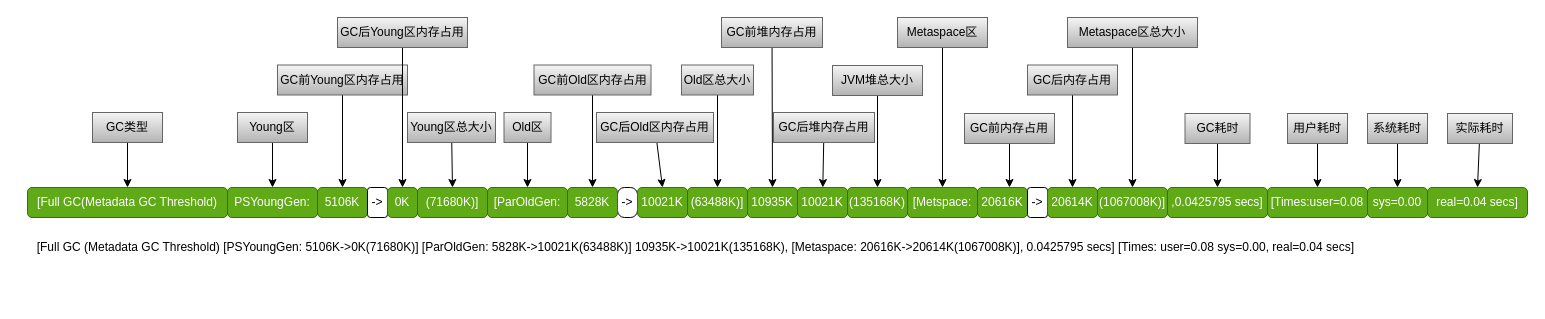
Above: FullGC.drawio in yrqing/draw.io (draw.io), before the change. Source tidied: cells renumbered, new cells numbered last; positions are measured from the earlier drawing's top-left corner, leaving out a move shared by most shapes. Both pictures are drawn from the tidied source at 100%, with x=0, y=0 at pixel (17, 17).
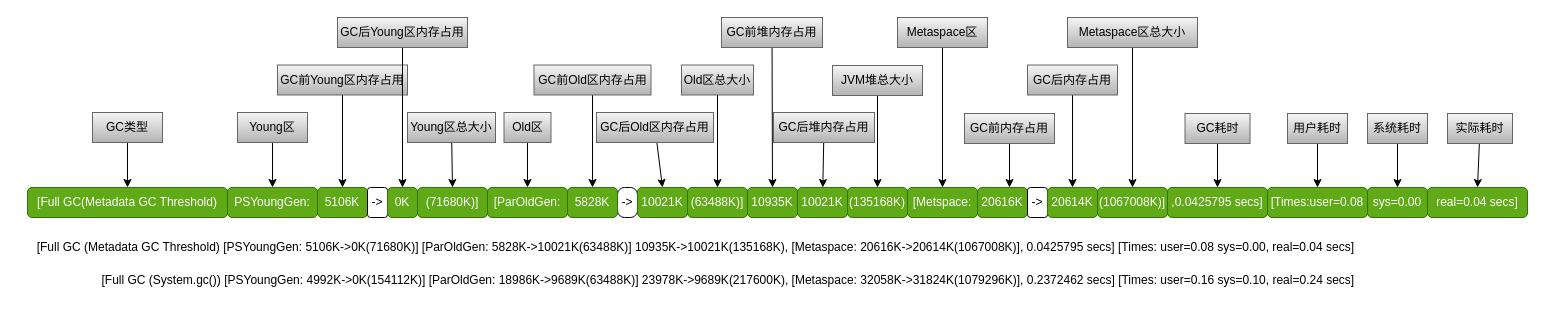
The same page after the edit.

The edit, as a diff of the source:
```diff
@@
+    <mxCell id="67" value="&lt;div&gt;[Full GC (System.gc()) [PSYoungGen: 4992K-&amp;gt;0K(154112K)] [ParOldGen: 18986K-&amp;gt;9689K(63488K)] 23978K-&amp;gt;9689K(217600K), [Metaspace: 32058K-&amp;gt;31824K(1079296K)], 0.2372462 secs] [Times: user=0.16 sys=0.10, real=0.24 secs]&amp;nbsp;&lt;/div&gt;&lt;div&gt;&lt;br&gt;&lt;/div&gt;" style="text;html=1;strokeColor=none;fillColor=none;align=center;verticalAlign=middle;whiteSpace=wrap;rounded=0;" parent="1" vertex="1">
+      <mxGeometry x="75" y="260" width="1275" height="20" as="geometry" />
+    </mxCell>
```
